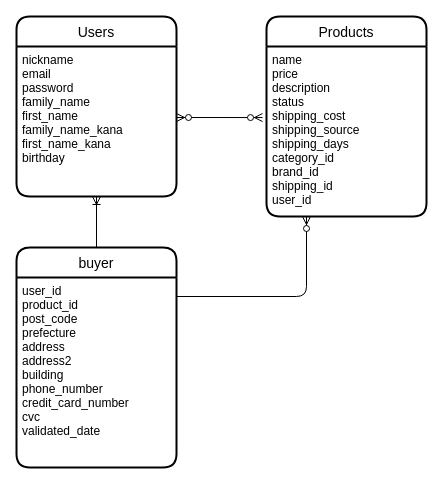
Earlier version of the draw.io diagram furima.dio (koume-gdg/furima-33451). Source tidied: cells renumbered, new cells numbered last; positions are measured from the earlier drawing's top-left corner, leaving out a move shared by most shapes. Both pictures are drawn from the tidied source at 100%, with x=0, y=0 at pixel (16, 16).
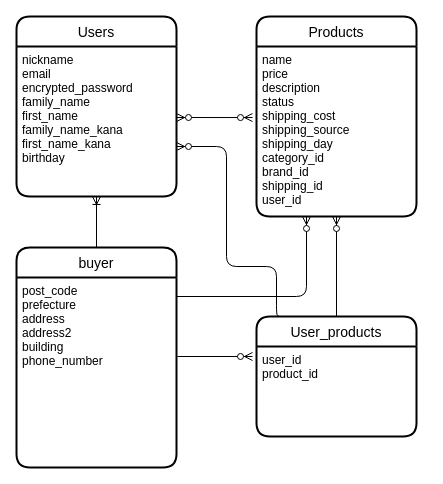
After the change.

Commit message (it also covers changes not shown here):
テーブル設計2

•encrypted_passwordにすること
•カラムの型をinteger型へする
•references型の_idを削除
•不要箇所の削除
•中間テーブルの作成

The change refers to these unchanged cells:
```xml
<mxCell id="2" value="Users" style="swimlane;horizontal=1;startSize=30;rounded=1;fontSize=14;fontStyle=0;strokeWidth=2;shadow=0;dashed=0;align=center;" parent="1" vertex="1">
  <mxGeometry width="160" height="180" as="geometry" />
</mxCell>
<mxCell id="6" value="buyer" style="swimlane;horizontal=1;startSize=30;rounded=1;fontSize=14;fontStyle=0;strokeWidth=2;shadow=0;dashed=0;align=center;" parent="1" vertex="1">
  <mxGeometry y="231" width="160" height="220" as="geometry" />
</mxCell>
```

Diff of the diagram source:
```diff
@@
-    <mxCell id="3" value="nickname&#10;email&#10;password&#10;family_name&#10;first_name&#10;family_name_kana&#10;first_name_kana&#10;birthday" style="align=left;strokeColor=none;fillColor=none;spacingLeft=4;fontSize=12;verticalAlign=top;" parent="2" vertex="1">
+    <mxCell id="3" value="nickname&#10;email&#10;encrypted_password&#10;family_name&#10;first_name&#10;family_name_kana&#10;first_name_kana&#10;birthday" style="align=left;strokeColor=none;fillColor=none;spacingLeft=4;fontSize=12;verticalAlign=top;" parent="2" vertex="1">
       <mxGeometry y="30" width="160" height="150" as="geometry" />
     </mxCell>
     <mxCell id="4" value="Products" style="swimlane;horizontal=1;startSize=30;rounded=1;fontSize=14;fontStyle=0;strokeWidth=2;shadow=0;dashed=0;align=center;" parent="1" vertex="1">
-      <mxGeometry x="250" width="160" height="200" as="geometry" />
+      <mxGeometry x="240" width="160" height="200" as="geometry" />
     </mxCell>
-    <mxCell id="5" value="name&#10;price&#10;description&#10;status&#10;shipping_cost&#10;shipping_source&#10;shipping_days&#10;category_id&#10;brand_id&#10;shipping_id&#10;user_id" style="align=left;strokeColor=none;fillColor=none;spacingLeft=4;fontSize=12;verticalAlign=top;" parent="4" vertex="1">
+    <mxCell id="5" value="name&#10;price&#10;description&#10;status&#10;shipping_cost&#10;shipping_source&#10;shipping_day&#10;category_id&#10;brand_id&#10;shipping_id&#10;user_id" style="align=left;strokeColor=none;fillColor=none;spacingLeft=4;fontSize=12;verticalAlign=top;" parent="4" vertex="1">
       <mxGeometry y="30" width="160" height="170" as="geometry" />
     </mxCell>
@@
-    <mxCell id="7" value="user_id&#10;product_id&#10;post_code&#10;prefecture&#10;address&#10;address2&#10;building&#10;phone_number&#10;credit_card_number&#10;cvc&#10;validated_date" style="align=left;strokeColor=none;fillColor=none;spacingLeft=4;fontSize=12;verticalAlign=top;" parent="6" vertex="1">
+    <mxCell id="7" value="post_code&#10;prefecture&#10;address&#10;address2&#10;building&#10;phone_number" style="align=left;strokeColor=none;fillColor=none;spacingLeft=4;fontSize=12;verticalAlign=top;" parent="6" vertex="1">
       <mxGeometry y="30" width="160" height="190" as="geometry" />
     </mxCell>
@@
-    <mxCell id="9" style="edgeStyle=orthogonalEdgeStyle;fontSize=12;html=1;endArrow=ERzeroToMany;endFill=1;exitX=1;exitY=0.1;exitDx=0;exitDy=0;exitPerimeter=0;entryX=0.25;entryY=1;entryDx=0;entryDy=0;" parent="1" edge="1" source="7" target="5">
+    <mxCell id="9" style="edgeStyle=orthogonalEdgeStyle;fontSize=12;html=1;endArrow=ERzeroToMany;endFill=1;exitX=1;exitY=0.1;exitDx=0;exitDy=0;exitPerimeter=0;" parent="1" edge="1" source="7">
       <mxGeometry relative="1" as="geometry">
+        <mxPoint x="290" y="200" as="targetPoint" />
         <Array as="points">
           <mxPoint x="290" y="280" />
+          <mxPoint x="290" y="200" />
         </Array>
       </mxGeometry>
     </mxCell>
@@
+    <mxCell id="12" value="User_products" style="swimlane;horizontal=1;startSize=30;rounded=1;fontSize=14;fontStyle=0;strokeWidth=2;shadow=0;dashed=0;align=center;" parent="1" vertex="1">
+      <mxGeometry x="240" y="300" width="160" height="120" as="geometry" />
+    </mxCell>
+    <mxCell id="13" value="user_id&#10;product_id" style="align=left;strokeColor=none;fillColor=none;spacingLeft=4;fontSize=12;verticalAlign=top;" parent="12" vertex="1">
+      <mxGeometry y="30" width="160" height="90" as="geometry" />
+    </mxCell>
+    <mxCell id="14" style="edgeStyle=orthogonalEdgeStyle;fontSize=12;html=1;endArrow=ERzeroToMany;endFill=1;exitX=0.138;exitY=-0.008;exitDx=0;exitDy=0;exitPerimeter=0;" parent="1" edge="1" source="12">
+      <mxGeometry relative="1" as="geometry">
+        <mxPoint x="160" y="130" as="targetPoint" />
+        <Array as="points">
+          <mxPoint x="260" y="299" />
+          <mxPoint x="260" y="250" />
+          <mxPoint x="210" y="250" />
+          <mxPoint x="210" y="130" />
+        </Array>
+      </mxGeometry>
+    </mxCell>
+    <mxCell id="15" style="fontSize=12;html=1;endArrow=ERzeroToMany;endFill=1;entryX=0.5;entryY=1;entryDx=0;entryDy=0;exitX=0.5;exitY=0;exitDx=0;exitDy=0;" parent="1" edge="1" source="12" target="5">
+      <mxGeometry relative="1" as="geometry" />
+    </mxCell>
+    <mxCell id="16" style="fontSize=12;html=1;endArrow=ERzeroToMany;endFill=1;entryX=-0.025;entryY=0.111;entryDx=0;entryDy=0;entryPerimeter=0;" parent="1" edge="1" target="13">
+      <mxGeometry relative="1" as="geometry">
+        <mxPoint x="161" y="340" as="sourcePoint" />
+      </mxGeometry>
+    </mxCell>
```
